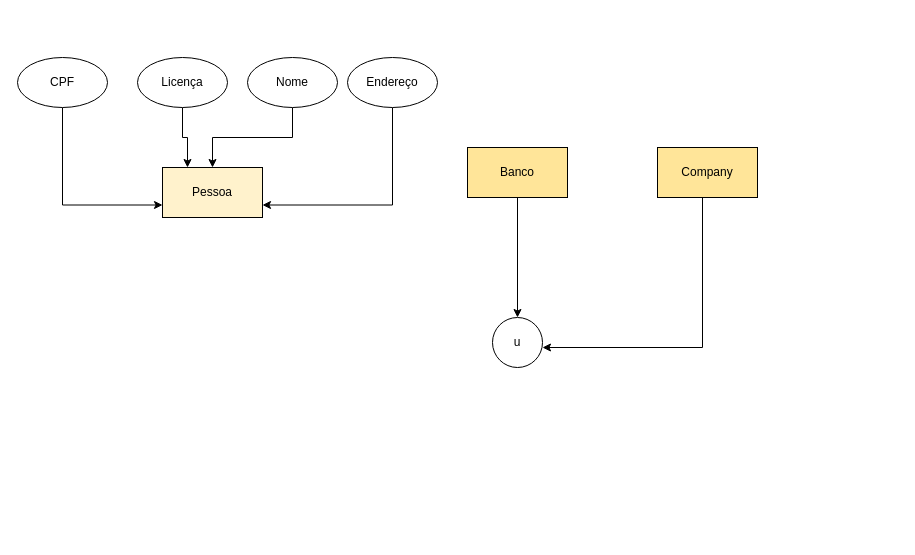
Before: Conceitos - Banco de dados.drawio in HelenaCard/Atividades-Conceituais-de-Banco-de-Dados---DIO, a draw.io diagram. Source tidied: cells renumbered, new cells numbered last; positions are measured from the earlier drawing's top-left corner, leaving out a move shared by most shapes. Both pictures are drawn from the tidied source at 100%, with x=0, y=0 at pixel (17, 57).
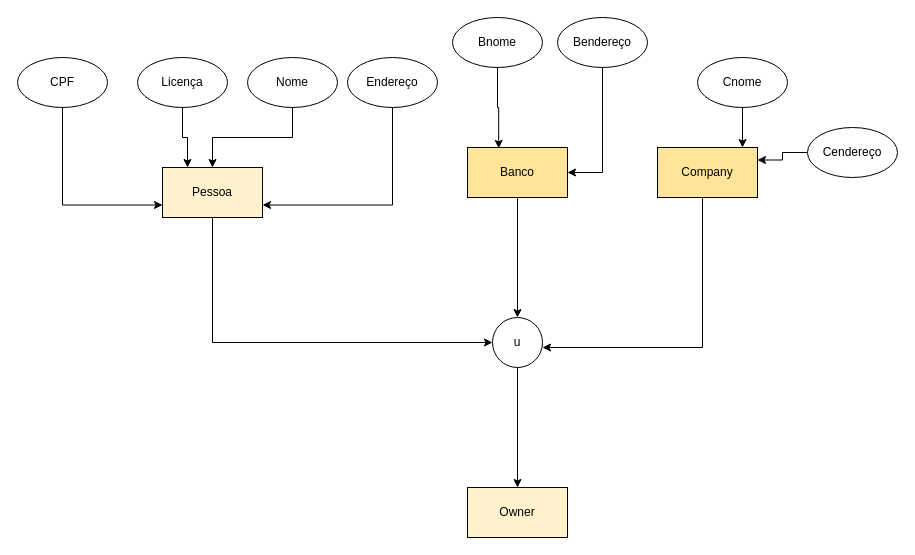
Above is the later version.

The change refers to these unchanged cells:
```xml
<mxCell id="2" value="u" style="ellipse;whiteSpace=wrap;html=1;" parent="1" vertex="1">
  <mxGeometry x="475" y="260" width="50" height="50" as="geometry" />
</mxCell>
<mxCell id="3" value="Pessoa" style="rounded=0;whiteSpace=wrap;html=1;fillColor=light-dark(#FFF2CC,var(--ge-dark-color, #121212));" parent="1" vertex="1">
  <mxGeometry x="145" y="110" width="100" height="50" as="geometry" />
</mxCell>
<mxCell id="5" value="Banco" style="rounded=0;whiteSpace=wrap;html=1;fillColor=light-dark(#FFE599,var(--ge-dark-color, #121212));" parent="1" vertex="1">
  <mxGeometry x="450" y="90" width="100" height="50" as="geometry" />
</mxCell>
<mxCell id="7" value="Company" style="rounded=0;whiteSpace=wrap;html=1;fillColor=light-dark(#FFE599,var(--ge-dark-color, #121212));" parent="1" vertex="1">
  <mxGeometry x="640" y="90" width="100" height="50" as="geometry" />
</mxCell>
```

The edit, as a diff of the source:
```diff
@@
+    <mxCell id="16" style="edgeStyle=orthogonalEdgeStyle;rounded=0;jettySize=auto;html=1;exitX=0.5;exitY=1;exitDx=0;exitDy=0;entryX=0.5;entryY=0;entryDx=0;entryDy=0;" parent="1" edge="1" source="2" target="26">
+      <mxGeometry relative="1" as="geometry" />
+    </mxCell>
@@
+    <mxCell id="17" style="edgeStyle=orthogonalEdgeStyle;rounded=0;jettySize=auto;html=1;exitX=0.5;exitY=1;exitDx=0;exitDy=0;entryX=0;entryY=0.5;entryDx=0;entryDy=0;" parent="1" edge="1" source="3" target="2">
+      <mxGeometry relative="1" as="geometry" />
+    </mxCell>
@@
+    <mxCell id="18" value="Bnome" style="ellipse;whiteSpace=wrap;html=1;" parent="1" vertex="1">
+      <mxGeometry x="435" y="-40" width="90" height="50" as="geometry" />
+    </mxCell>
+    <mxCell id="19" style="edgeStyle=orthogonalEdgeStyle;rounded=0;jettySize=auto;html=1;exitX=0.5;exitY=1;exitDx=0;exitDy=0;entryX=1;entryY=0.5;entryDx=0;entryDy=0;" parent="1" edge="1" source="20" target="5">
+      <mxGeometry relative="1" as="geometry" />
+    </mxCell>
+    <mxCell id="20" value="Bendereço" style="ellipse;whiteSpace=wrap;html=1;" parent="1" vertex="1">
+      <mxGeometry x="540" y="-40" width="90" height="50" as="geometry" />
+    </mxCell>
+    <mxCell id="21" style="edgeStyle=orthogonalEdgeStyle;rounded=0;jettySize=auto;html=1;exitX=0.5;exitY=1;exitDx=0;exitDy=0;entryX=0.312;entryY=0.018;entryDx=0;entryDy=0;entryPerimeter=0;" parent="1" edge="1" source="18" target="5">
+      <mxGeometry relative="1" as="geometry" />
+    </mxCell>
+    <mxCell id="22" value="Cnome" style="ellipse;whiteSpace=wrap;html=1;" parent="1" vertex="1">
+      <mxGeometry x="680" width="90" height="50" as="geometry" />
+    </mxCell>
+    <mxCell id="23" style="edgeStyle=orthogonalEdgeStyle;rounded=0;jettySize=auto;html=1;exitX=0;exitY=0.5;exitDx=0;exitDy=0;entryX=1;entryY=0.25;entryDx=0;entryDy=0;" parent="1" edge="1" source="24" target="7">
+      <mxGeometry relative="1" as="geometry" />
+    </mxCell>
+    <mxCell id="24" value="Cendereço" style="ellipse;whiteSpace=wrap;html=1;" parent="1" vertex="1">
+      <mxGeometry x="790" y="70" width="90" height="50" as="geometry" />
+    </mxCell>
+    <mxCell id="25" style="edgeStyle=orthogonalEdgeStyle;rounded=0;jettySize=auto;html=1;exitX=0.5;exitY=1;exitDx=0;exitDy=0;entryX=0.85;entryY=0;entryDx=0;entryDy=0;entryPerimeter=0;" parent="1" edge="1" source="22" target="7">
+      <mxGeometry relative="1" as="geometry" />
+    </mxCell>
+    <mxCell id="26" value="Owner" style="rounded=0;whiteSpace=wrap;html=1;fillColor=light-dark(#FFF2CC,var(--ge-dark-color, #121212));" parent="1" vertex="1">
+      <mxGeometry x="450" y="430" width="100" height="50" as="geometry" />
+    </mxCell>
```
